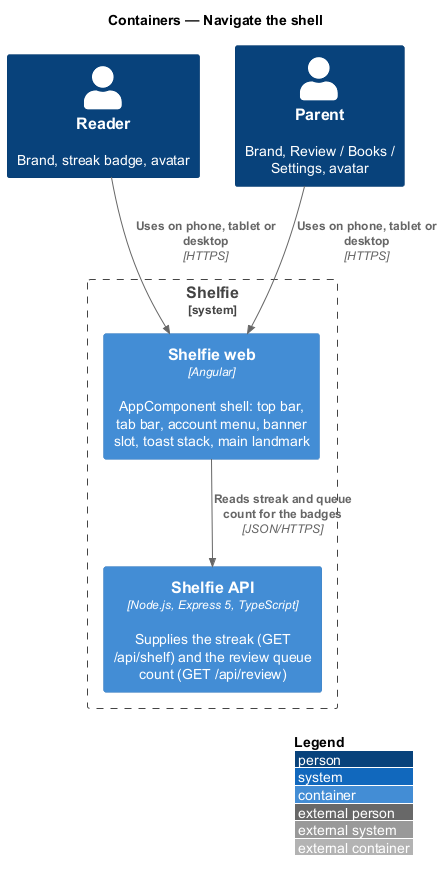
Earlier version of the PlantUML export docs/detailed-designs/shell/navigate-shell/diagrams/c4-container.png (QuinntyneBrown/shelfie). Its diagram source:
```plantuml
@startuml
!include <C4/C4_Container>
LAYOUT_WITH_LEGEND()
title Containers — Navigate the shell

Person(reader, "Reader", "Brand, streak badge, avatar")
Person(grownUp, "Parent", "Brand, Review / Books / Settings, avatar")
System_Boundary(shelfie, "Shelfie") {
  Container(web, "Shelfie web", "Angular", "AppComponent shell: top bar, tab bar, account menu, banner slot, toast stack, main landmark")
  Container(api, "Shelfie API", "Node.js, Express 5, TypeScript", "Supplies the streak (GET /api/shelf) and the review queue count (GET /api/review)")
}
Rel(reader, web, "Uses on phone, tablet or desktop", "HTTPS")
Rel(grownUp, web, "Uses on phone, tablet or desktop", "HTTPS")
Rel(web, api, "Reads streak and queue count for the badges", "JSON/HTTPS")
@enduml
```
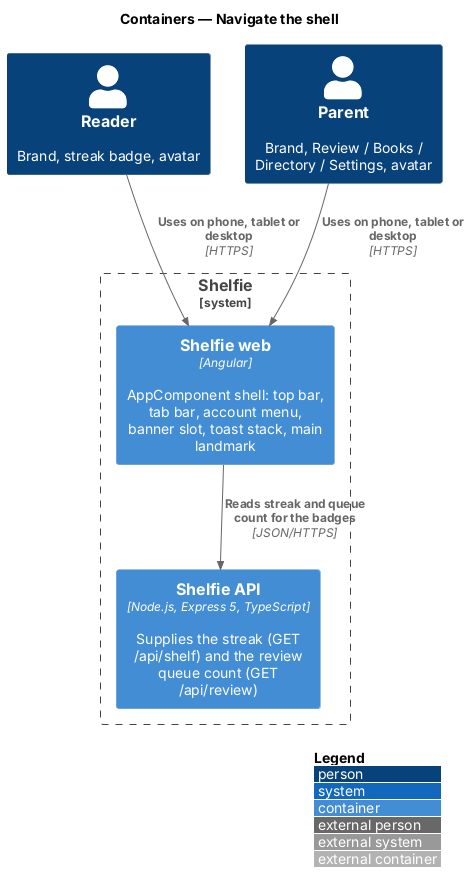
The same file after the commit.

Diff of the diagram source:
```diff
@@ -4,7 +4,7 @@
 title Containers — Navigate the shell
 
 Person(reader, "Reader", "Brand, streak badge, avatar")
-Person(grownUp, "Parent", "Brand, Review / Books / Settings, avatar")
+Person(grownUp, "Parent", "Brand, Review / Books / Directory / Settings, avatar")
 System_Boundary(shelfie, "Shelfie") {
   Container(web, "Shelfie web", "Angular", "AppComponent shell: top bar, tab bar, account menu, banner slot, toast stack, main landmark")
   Container(api, "Shelfie API", "Node.js, Express 5, TypeScript", "Supplies the streak (GET /api/shelf) and the review queue count (GET /api/review)")
```
